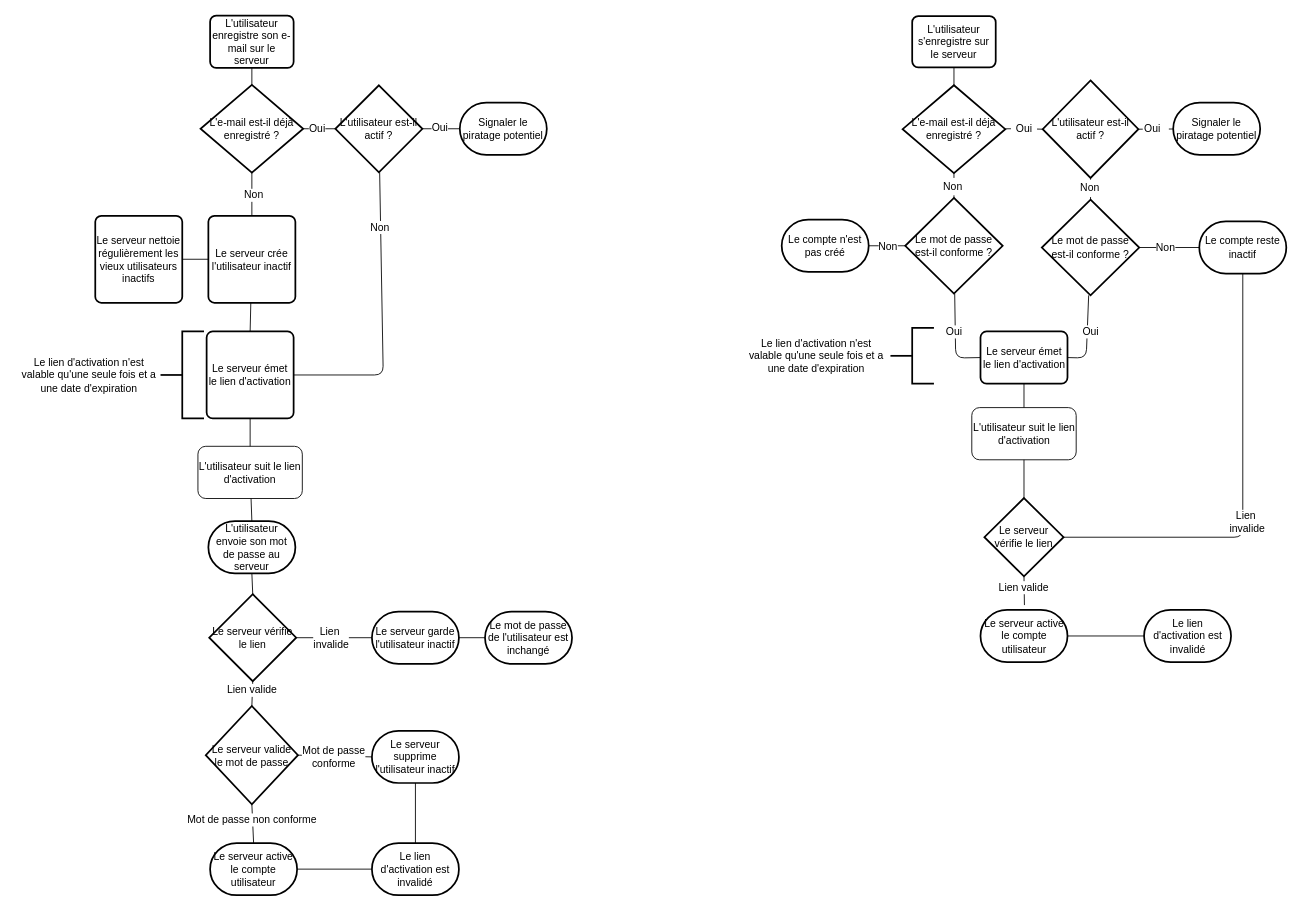
Earlier version of the draw.io diagram features/Authentication/img/UserRegistration-fr.drawio (shopozor/saleor-backend). Source tidied: cells renumbered, new cells numbered last; positions are measured from the earlier drawing's top-left corner, leaving out a move shared by most shapes. Both pictures are drawn from the tidied source at 87%, with x=0, y=0 at pixel (15, 15).
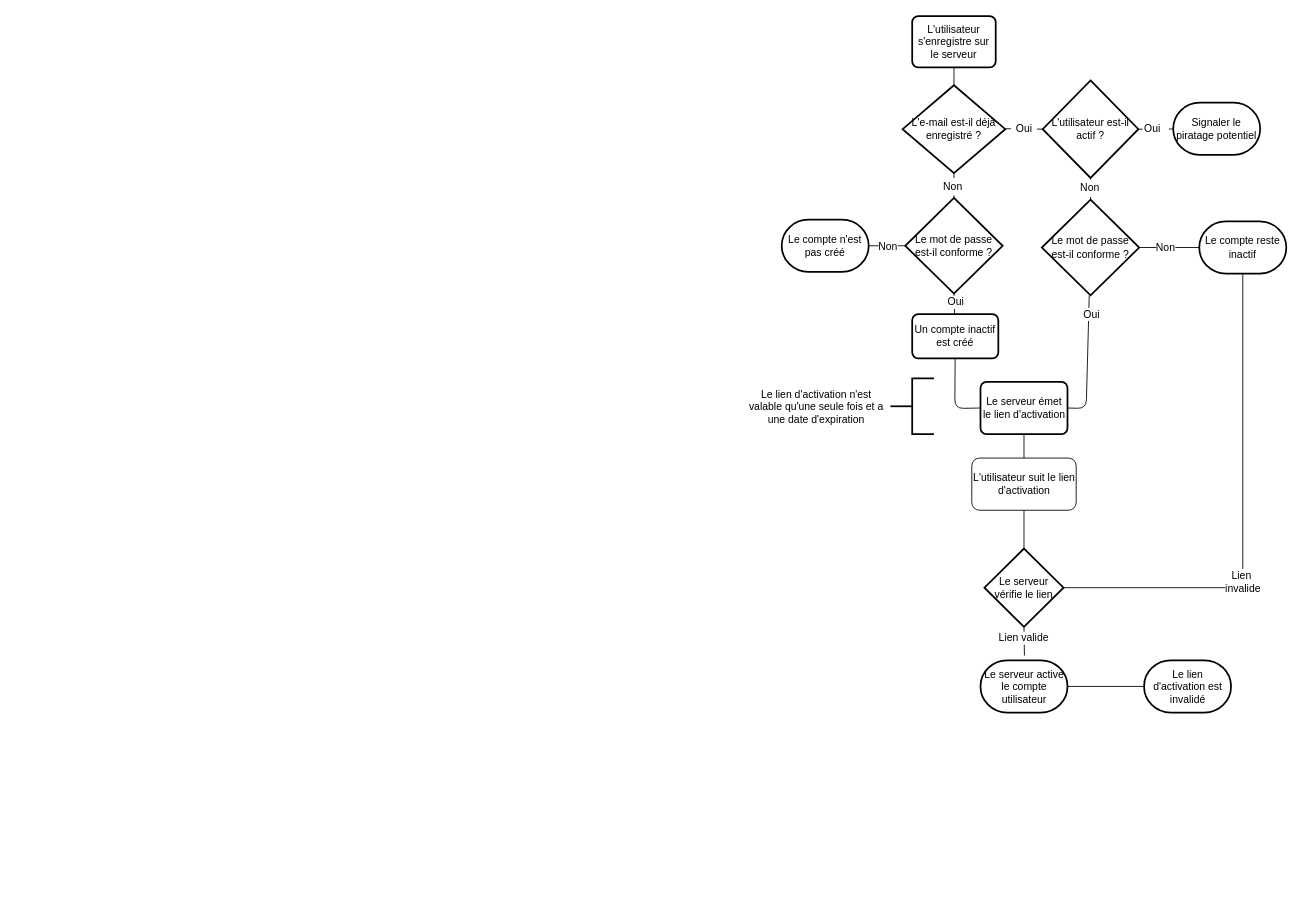
The same page after the edit.

The change refers to these unchanged cells:
```xml
<mxCell id="47" value="Le mot de passe est-il conforme ?" style="strokeWidth=2;html=1;shape=mxgraph.flowchart.decision;whiteSpace=wrap;" parent="1" vertex="1">
  <mxGeometry x="1023" y="210" width="112" height="110" as="geometry" />
</mxCell>
<mxCell id="59" value="Le mot de passe est-il conforme ?" style="strokeWidth=2;html=1;shape=mxgraph.flowchart.decision;whiteSpace=wrap;" parent="1" vertex="1">
  <mxGeometry x="1180" y="212" width="112" height="110" as="geometry" />
</mxCell>
<mxCell id="67" value="Le compte reste inactif" style="strokeWidth=2;html=1;shape=mxgraph.flowchart.terminator;whiteSpace=wrap;fillColor=#ffffff;" parent="1" vertex="1">
  <mxGeometry x="1361" y="237" width="100" height="60" as="geometry" />
</mxCell>
```

What changed in the source:
```diff
@@
-    <mxCell id="2" value="L'utilisateur enregistre son e-mail sur le serveur" style="rounded=1;whiteSpace=wrap;html=1;absoluteArcSize=1;arcSize=14;strokeWidth=2;" parent="1" vertex="1">
-      <mxGeometry x="224" y="0.5" width="96" height="60" as="geometry" />
-    </mxCell>
-    <mxCell id="3" value="Le serveur émet le lien d'activation" style="rounded=1;whiteSpace=wrap;html=1;absoluteArcSize=1;arcSize=14;strokeWidth=2;" parent="1" vertex="1">
-      <mxGeometry x="220" y="363.5" width="100" height="100" as="geometry" />
-    </mxCell>
-    <mxCell id="4" style="strokeWidth=2;html=1;shape=mxgraph.flowchart.annotation_2;align=left;flipV=1;flipH=0;" parent="1" vertex="1">
-      <mxGeometry x="167" y="363.5" width="50" height="100" as="geometry" />
-    </mxCell>
-    <mxCell id="5" value="&lt;span&gt;Le lien d'activation n'est valable qu'une seule fois et a une date d'expiration&lt;/span&gt;" style="text;html=1;strokeColor=none;fillColor=none;align=center;verticalAlign=middle;whiteSpace=wrap;rounded=0;" parent="1" vertex="1">
-      <mxGeometry y="393.5" width="170" height="40" as="geometry" />
-    </mxCell>
-    <mxCell id="6" value="L'utilisateur suit le lien d'activation" style="rounded=1;whiteSpace=wrap;html=1;" parent="1" vertex="1">
-      <mxGeometry x="210" y="495.5" width="120" height="60" as="geometry" />
-    </mxCell>
-    <mxCell id="7" style="endArrow=none;html=1;entryX=0.5;entryY=1;entryDx=0;entryDy=0;exitX=0.5;exitY=0;exitDx=0;exitDy=0;" parent="1" edge="1" source="6" target="3">
-      <mxGeometry relative="1" as="geometry" />
-    </mxCell>
-    <mxCell id="8" value="Le serveur vérifie le lien" style="strokeWidth=2;html=1;shape=mxgraph.flowchart.decision;whiteSpace=wrap;" parent="1" vertex="1">
-      <mxGeometry x="223" y="665.5" width="100" height="100" as="geometry" />
-    </mxCell>
-    <mxCell id="9" value="L'utilisateur envoie son mot de passe au serveur" style="strokeWidth=2;html=1;shape=mxgraph.flowchart.terminator;whiteSpace=wrap;" parent="1" vertex="1">
-      <mxGeometry x="222" y="581.5" width="100" height="60" as="geometry" />
-    </mxCell>
-    <mxCell id="10" style="endArrow=none;html=1;exitX=1;exitY=0.5;exitDx=0;exitDy=0;exitPerimeter=0;entryX=0;entryY=0.5;entryDx=0;entryDy=0;entryPerimeter=0;" parent="1" edge="1" source="8" target="22">
-      <mxGeometry relative="1" as="geometry" />
-    </mxCell>
-    <mxCell id="11" value="Lien&amp;nbsp;&lt;br&gt;invalide&lt;br&gt;" style="text;html=1;align=center;verticalAlign=middle;labelBackgroundColor=#ffffff;" parent="10" vertex="1">
-      <mxGeometry x="-0.13" y="-3" relative="1" as="geometry">
-        <mxPoint x="1" y="-3" as="offset" />
-      </mxGeometry>
-    </mxCell>
-    <mxCell id="12" style="endArrow=none;html=1;entryX=0.5;entryY=1;entryDx=0;entryDy=0;entryPerimeter=0;exitX=0.5;exitY=0;exitDx=0;exitDy=0;exitPerimeter=0;" parent="1" edge="1" source="14" target="8">
-      <mxGeometry relative="1" as="geometry" />
-    </mxCell>
-    <mxCell id="13" value="Lien valide" style="text;html=1;align=center;verticalAlign=middle;labelBackgroundColor=#ffffff;" parent="12" vertex="1">
-      <mxGeometry x="-0.51" y="-3" relative="1" as="geometry">
-        <mxPoint x="-4" y="-12" as="offset" />
-      </mxGeometry>
-    </mxCell>
-    <mxCell id="14" value="Le serveur valide le mot de passe" style="strokeWidth=2;html=1;shape=mxgraph.flowchart.decision;whiteSpace=wrap;" parent="1" vertex="1">
-      <mxGeometry x="219" y="794" width="106" height="113" as="geometry" />
-    </mxCell>
-    <mxCell id="15" value="Le serveur supprime l'utilisateur inactif" style="strokeWidth=2;html=1;shape=mxgraph.flowchart.terminator;whiteSpace=wrap;" parent="1" vertex="1">
-      <mxGeometry x="410" y="822.5" width="100" height="60" as="geometry" />
-    </mxCell>
-    <mxCell id="16" value="Le serveur active le compte utilisateur" style="strokeWidth=2;html=1;shape=mxgraph.flowchart.terminator;whiteSpace=wrap;" parent="1" vertex="1">
-      <mxGeometry x="224" y="951.5" width="100" height="60" as="geometry" />
-    </mxCell>
-    <mxCell id="17" style="endArrow=none;html=1;entryX=0.5;entryY=1;entryDx=0;entryDy=0;entryPerimeter=0;exitX=0.5;exitY=0;exitDx=0;exitDy=0;exitPerimeter=0;" parent="1" edge="1" source="8" target="9">
-      <mxGeometry relative="1" as="geometry" />
-    </mxCell>
-    <mxCell id="18" style="endArrow=none;html=1;entryX=0;entryY=0.5;entryDx=0;entryDy=0;entryPerimeter=0;exitX=1;exitY=0.5;exitDx=0;exitDy=0;exitPerimeter=0;" parent="1" edge="1" source="14" target="15">
-      <mxGeometry relative="1" as="geometry" />
-    </mxCell>
-    <mxCell id="19" value="Mot de passe&lt;br&gt;conforme&lt;br&gt;" style="text;html=1;align=center;verticalAlign=middle;labelBackgroundColor=#ffffff;" parent="18" vertex="1">
-      <mxGeometry x="0.47" y="-1" relative="1" as="geometry">
-        <mxPoint x="-21" as="offset" />
-      </mxGeometry>
-    </mxCell>
-    <mxCell id="20" style="endArrow=none;html=1;entryX=0.5;entryY=1;entryDx=0;entryDy=0;entryPerimeter=0;exitX=0.5;exitY=0;exitDx=0;exitDy=0;exitPerimeter=0;" parent="1" edge="1" source="16" target="14">
-      <mxGeometry relative="1" as="geometry" />
-    </mxCell>
-    <mxCell id="21" value="Mot de passe non conforme&lt;br&gt;" style="text;html=1;align=center;verticalAlign=middle;labelBackgroundColor=#ffffff;" parent="20" vertex="1">
-      <mxGeometry x="0.22" y="1" relative="1" as="geometry" />
-    </mxCell>
-    <mxCell id="22" value="Le serveur garde l'utilisateur inactif" style="strokeWidth=2;html=1;shape=mxgraph.flowchart.terminator;whiteSpace=wrap;" parent="1" vertex="1">
-      <mxGeometry x="410" y="685.5" width="100" height="60" as="geometry" />
-    </mxCell>
-    <mxCell id="23" value="L'utilisateur est-il actif ?" style="strokeWidth=2;html=1;shape=mxgraph.flowchart.decision;whiteSpace=wrap;" parent="1" vertex="1">
-      <mxGeometry x="368" y="80.5" width="100" height="100" as="geometry" />
-    </mxCell>
-    <mxCell id="24" value="L'e-mail est-il déjà enregistré ?" style="strokeWidth=2;html=1;shape=mxgraph.flowchart.decision;whiteSpace=wrap;" parent="1" vertex="1">
-      <mxGeometry x="213" y="80" width="118" height="101" as="geometry" />
-    </mxCell>
-    <mxCell id="25" value="Le serveur crée l'utilisateur inactif" style="rounded=1;whiteSpace=wrap;html=1;absoluteArcSize=1;arcSize=14;strokeWidth=2;" parent="1" vertex="1">
-      <mxGeometry x="222" y="230.5" width="100" height="100" as="geometry" />
-    </mxCell>
-    <mxCell id="26" style="endArrow=none;html=1;entryX=0.5;entryY=1;entryDx=0;entryDy=0;exitX=0.5;exitY=0;exitDx=0;exitDy=0;exitPerimeter=0;" parent="1" edge="1" source="24" target="2">
-      <mxGeometry relative="1" as="geometry" />
-    </mxCell>
-    <mxCell id="27" style="endArrow=none;html=1;entryX=0;entryY=0.5;entryDx=0;entryDy=0;entryPerimeter=0;" parent="1" edge="1" source="24" target="23">
-      <mxGeometry relative="1" as="geometry" />
-    </mxCell>
-    <mxCell id="28" value="Oui" style="text;html=1;align=center;verticalAlign=middle;labelBackgroundColor=#ffffff;" parent="27" vertex="1">
-      <mxGeometry x="0.41" y="-1" relative="1" as="geometry">
-        <mxPoint x="-11" y="-1" as="offset" />
-      </mxGeometry>
-    </mxCell>
-    <mxCell id="29" style="endArrow=none;html=1;entryX=0.5;entryY=1;entryDx=0;entryDy=0;entryPerimeter=0;exitX=0.5;exitY=0;exitDx=0;exitDy=0;" parent="1" edge="1" source="25" target="24">
-      <mxGeometry relative="1" as="geometry" />
-    </mxCell>
-    <mxCell id="30" value="Non" style="text;html=1;align=center;verticalAlign=middle;labelBackgroundColor=#ffffff;" parent="29" vertex="1">
-      <mxGeometry x="-0.52" y="1" relative="1" as="geometry">
-        <mxPoint x="2" y="-12" as="offset" />
-      </mxGeometry>
-    </mxCell>
-    <mxCell id="31" value="Signaler le piratage potentiel" style="strokeWidth=2;html=1;shape=mxgraph.flowchart.terminator;whiteSpace=wrap;" parent="1" vertex="1">
-      <mxGeometry x="511" y="100.5" width="100" height="60" as="geometry" />
-    </mxCell>
-    <mxCell id="32" style="endArrow=none;html=1;entryX=0;entryY=0.5;entryDx=0;entryDy=0;entryPerimeter=0;" parent="1" edge="1" source="23" target="31">
-      <mxGeometry relative="1" as="geometry" />
-    </mxCell>
-    <mxCell id="33" value="Oui" style="text;html=1;align=center;verticalAlign=middle;labelBackgroundColor=#ffffff;" parent="32" vertex="1">
-      <mxGeometry x="-0.49" y="-4" relative="1" as="geometry">
-        <mxPoint x="8" y="-6" as="offset" />
-      </mxGeometry>
-    </mxCell>
-    <mxCell id="34" style="endArrow=none;html=1;entryX=1;entryY=0.5;entryDx=0;entryDy=0;" parent="1" edge="1" source="23" target="3">
-      <mxGeometry relative="1" as="geometry">
-        <Array as="points">
-          <mxPoint x="423" y="413.5" />
-        </Array>
-      </mxGeometry>
-    </mxCell>
-    <mxCell id="35" value="Non" style="text;html=1;align=center;verticalAlign=middle;labelBackgroundColor=#ffffff;" parent="34" vertex="1">
-      <mxGeometry x="-0.73" y="-2" relative="1" as="geometry">
-        <mxPoint x="1" y="18" as="offset" />
-      </mxGeometry>
-    </mxCell>
-    <mxCell id="36" style="endArrow=none;html=1;entryX=0.5;entryY=0;entryDx=0;entryDy=0;" parent="1" edge="1" source="25" target="3">
-      <mxGeometry relative="1" as="geometry" />
-    </mxCell>
-    <mxCell id="37" value="&lt;span&gt;Le serveur nettoie régulièrement les vieux utilisateurs inactifs&lt;/span&gt;" style="rounded=1;whiteSpace=wrap;html=1;absoluteArcSize=1;arcSize=14;strokeWidth=2;" parent="1" vertex="1">
-      <mxGeometry x="92" y="230.5" width="100" height="100" as="geometry" />
-    </mxCell>
-    <mxCell id="38" style="endArrow=none;html=1;entryX=0;entryY=0.5;entryDx=0;entryDy=0;" parent="1" edge="1" source="37" target="25">
-      <mxGeometry relative="1" as="geometry" />
-    </mxCell>
-    <mxCell id="39" value="Le mot de passe de l'utilisateur est inchangé" style="strokeWidth=2;html=1;shape=mxgraph.flowchart.terminator;whiteSpace=wrap;" parent="1" vertex="1">
-      <mxGeometry x="540" y="685.5" width="100" height="60" as="geometry" />
-    </mxCell>
-    <mxCell id="40" style="endArrow=none;html=1;entryX=0;entryY=0.5;entryDx=0;entryDy=0;entryPerimeter=0;" parent="1" edge="1" source="22" target="39">
-      <mxGeometry relative="1" as="geometry" />
-    </mxCell>
-    <mxCell id="41" style="endArrow=none;html=1;entryX=0.5;entryY=0;entryDx=0;entryDy=0;entryPerimeter=0;" parent="1" edge="1" source="6" target="9">
-      <mxGeometry relative="1" as="geometry" />
-    </mxCell>
-    <mxCell id="42" value="Le lien d'activation est invalidé" style="strokeWidth=2;html=1;shape=mxgraph.flowchart.terminator;whiteSpace=wrap;" parent="1" vertex="1">
-      <mxGeometry x="410" y="951.5" width="100" height="60" as="geometry" />
-    </mxCell>
-    <mxCell id="43" style="endArrow=none;html=1;entryX=0.5;entryY=0;entryDx=0;entryDy=0;entryPerimeter=0;" parent="1" edge="1" source="15" target="42">
-      <mxGeometry relative="1" as="geometry" />
-    </mxCell>
-    <mxCell id="44" style="endArrow=none;html=1;entryX=0;entryY=0.5;entryDx=0;entryDy=0;entryPerimeter=0;" parent="1" edge="1" source="16" target="42">
-      <mxGeometry relative="1" as="geometry" />
-    </mxCell>
@@
     <mxCell id="58" value="Le serveur émet le lien d'activation" style="rounded=1;whiteSpace=wrap;html=1;absoluteArcSize=1;arcSize=14;strokeWidth=2;" parent="1" vertex="1">
-      <mxGeometry x="1109.5" y="363.5" width="100" height="60" as="geometry" />
+      <mxGeometry x="1109.5" y="421.5" width="100" height="60" as="geometry" />
     </mxCell>
@@
-    <mxCell id="68" style="endArrow=none;html=1;entryX=0;entryY=0.5;entryDx=0;entryDy=0;" parent="1" edge="1" source="47" target="58">
-      <mxGeometry relative="1" as="geometry">
-        <Array as="points">
-          <mxPoint x="1081" y="394" />
-        </Array>
-      </mxGeometry>
-    </mxCell>
-    <mxCell id="69" value="Oui" style="text;html=1;align=center;verticalAlign=middle;labelBackgroundColor=#ffffff;" parent="68" vertex="1">
-      <mxGeometry x="-0.65" y="2" relative="1" as="geometry">
-        <mxPoint x="-4" y="25.5" as="offset" />
-      </mxGeometry>
-    </mxCell>
     <mxCell id="70" style="endArrow=none;html=1;entryX=1;entryY=0.5;entryDx=0;entryDy=0;" parent="1" edge="1" source="59" target="58">
       <mxGeometry relative="1" as="geometry">
         <Array as="points">
-          <mxPoint x="1231" y="394" />
+          <mxPoint x="1231" y="452" />
         </Array>
       </mxGeometry>
     </mxCell>
     <mxCell id="71" value="Oui" style="text;html=1;align=center;verticalAlign=middle;labelBackgroundColor=#ffffff;" parent="70" vertex="1">
       <mxGeometry x="-0.61" y="-1" relative="1" as="geometry">
-        <mxPoint x="3.5" y="23.5" as="offset" />
+        <mxPoint x="3.5" y="-8" as="offset" />
       </mxGeometry>
     </mxCell>
     <mxCell id="72" style="strokeWidth=2;html=1;shape=mxgraph.flowchart.annotation_2;align=left;flipV=1;flipH=0;" parent="1" vertex="1">
-      <mxGeometry x="1006" y="359.5" width="50" height="64" as="geometry" />
+      <mxGeometry x="1006" y="417.5" width="50" height="64" as="geometry" />
     </mxCell>
     <mxCell id="73" value="&lt;span&gt;Le lien d'activation n'est valable qu'une seule fois et a une date d'expiration&lt;/span&gt;" style="text;html=1;strokeColor=none;fillColor=none;align=center;verticalAlign=middle;whiteSpace=wrap;rounded=0;" parent="1" vertex="1">
-      <mxGeometry x="836" y="371.5" width="170" height="40" as="geometry" />
+      <mxGeometry x="836" y="429.5" width="170" height="40" as="geometry" />
     </mxCell>
     <mxCell id="74" value="L'utilisateur suit le lien d'activation" style="rounded=1;whiteSpace=wrap;html=1;" parent="1" vertex="1">
-      <mxGeometry x="1099.5" y="451" width="120" height="60" as="geometry" />
+      <mxGeometry x="1099.5" y="509" width="120" height="60" as="geometry" />
     </mxCell>
@@
     <mxCell id="76" value="Le serveur vérifie le lien" style="strokeWidth=2;html=1;shape=mxgraph.flowchart.decision;whiteSpace=wrap;" parent="1" vertex="1">
-      <mxGeometry x="1114" y="555" width="91" height="90" as="geometry" />
+      <mxGeometry x="1114" y="613" width="91" height="90" as="geometry" />
     </mxCell>
     <mxCell id="77" style="endArrow=none;html=1;exitX=1;exitY=0.5;exitDx=0;exitDy=0;exitPerimeter=0;entryX=0.5;entryY=1;entryDx=0;entryDy=0;entryPerimeter=0;" parent="1" edge="1" source="76" target="67">
       <mxGeometry relative="1" as="geometry">
         <Array as="points">
-          <mxPoint x="1411" y="600" />
+          <mxPoint x="1411" y="658" />
         </Array>
       </mxGeometry>
     </mxCell>
     <mxCell id="78" value="Lien&amp;nbsp;&lt;br&gt;invalide&lt;br&gt;" style="text;html=1;align=center;verticalAlign=middle;labelBackgroundColor=#ffffff;" parent="77" vertex="1">
       <mxGeometry x="-0.13" y="-3" relative="1" as="geometry">
-        <mxPoint x="1" y="-3" as="offset" />
+        <mxPoint x="-4" y="33" as="offset" />
       </mxGeometry>
     </mxCell>
     <mxCell id="79" style="endArrow=none;html=1;entryX=0.5;entryY=1;entryDx=0;entryDy=0;entryPerimeter=0;exitX=0.5;exitY=0;exitDx=0;exitDy=0;exitPerimeter=0;" parent="1" edge="1" target="76">
       <mxGeometry relative="1" as="geometry">
-        <mxPoint x="1160" y="678" as="sourcePoint" />
+        <mxPoint x="1160" y="736" as="sourcePoint" />
       </mxGeometry>
     </mxCell>
@@
     <mxCell id="81" value="Le serveur active le compte utilisateur" style="strokeWidth=2;html=1;shape=mxgraph.flowchart.terminator;whiteSpace=wrap;" parent="1" vertex="1">
-      <mxGeometry x="1109.5" y="683.5" width="100" height="60" as="geometry" />
+      <mxGeometry x="1109.5" y="741.5" width="100" height="60" as="geometry" />
     </mxCell>
     <mxCell id="82" value="Le lien d'activation est invalidé" style="strokeWidth=2;html=1;shape=mxgraph.flowchart.terminator;whiteSpace=wrap;" parent="1" vertex="1">
-      <mxGeometry x="1297.5" y="683.5" width="100" height="60" as="geometry" />
+      <mxGeometry x="1297.5" y="741.5" width="100" height="60" as="geometry" />
     </mxCell>
@@
+    <mxCell id="85" value="Un compte inactif est créé" style="rounded=1;whiteSpace=wrap;html=1;absoluteArcSize=1;arcSize=14;strokeWidth=2;" parent="1" vertex="1">
+      <mxGeometry x="1031" y="343.5" width="99" height="51" as="geometry" />
+    </mxCell>
+    <mxCell id="86" style="endArrow=none;html=1;entryX=0.5;entryY=1;entryDx=0;entryDy=0;entryPerimeter=0;" parent="1" edge="1" source="85" target="47">
+      <mxGeometry relative="1" as="geometry" />
+    </mxCell>
+    <mxCell id="87" value="Oui" style="text;html=1;align=center;verticalAlign=middle;labelBackgroundColor=#ffffff;" parent="86" vertex="1">
+      <mxGeometry x="0.49" y="-4" relative="1" as="geometry">
+        <mxPoint x="-3" y="4" as="offset" />
+      </mxGeometry>
+    </mxCell>
+    <mxCell id="88" style="endArrow=none;html=1;entryX=0;entryY=0.5;entryDx=0;entryDy=0;" parent="1" edge="1" source="85" target="58">
+      <mxGeometry relative="1" as="geometry">
+        <Array as="points">
+          <mxPoint x="1080" y="452" />
+        </Array>
+      </mxGeometry>
+    </mxCell>
```
